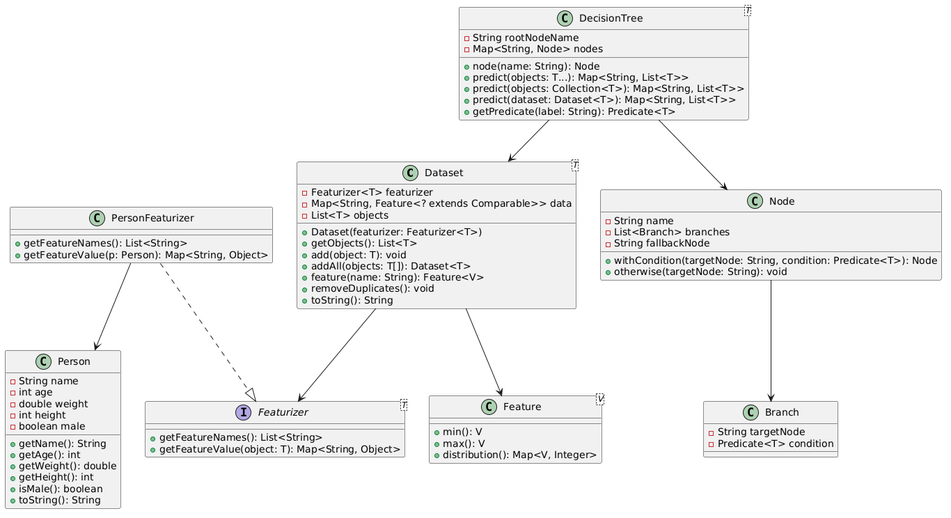
Earlier version of the PlantUML export p5/memoria/diagrama.png (kunn04/ADSOF). Source of this version:
```plantuml
@startuml
class Dataset<T> {
    - Featurizer<T> featurizer
    - Map<String, Feature<? extends Comparable>> data
    - List<T> objects
    + Dataset(featurizer: Featurizer<T>)
    + getObjects(): List<T>
    + add(object: T): void
    + addAll(objects: T[]): Dataset<T>
    + feature(name: String): Feature<V>
    + removeDuplicates(): void
    + toString(): String
}

class Feature<V> {
    + min(): V
    + max(): V
    + distribution(): Map<V, Integer>
}

interface Featurizer<T> {
    + getFeatureNames(): List<String>
    + getFeatureValue(object: T): Map<String, Object>
}


class DecisionTree<T> {
    - String rootNodeName
    - Map<String, Node> nodes
    + node(name: String): Node
    + predict(objects: T...): Map<String, List<T>>
    + predict(objects: Collection<T>): Map<String, List<T>>
    + predict(dataset: Dataset<T>): Map<String, List<T>>
    + getPredicate(label: String): Predicate<T>
}

class Node {
    - String name
    - List<Branch> branches
    - String fallbackNode
    + withCondition(targetNode: String, condition: Predicate<T>): Node
    + otherwise(targetNode: String): void
}

class Branch {
    - String targetNode
    - Predicate<T> condition
}

class Person {
    - String name
    - int age
    - double weight
    - int height
    - boolean male
    + getName(): String
    + getAge(): int
    + getWeight(): double
    + getHeight(): int
    + isMale(): boolean
    + toString(): String
}

class PersonFeaturizer {
    + getFeatureNames(): List<String>
    + getFeatureValue(p: Person): Map<String, Object>
}


PersonFeaturizer ..|> Featurizer
Dataset --> Featurizer
Dataset --> Feature
DecisionTree --> Node
Node --> Branch
DecisionTree --> Dataset
PersonFeaturizer --> Person
@enduml
```
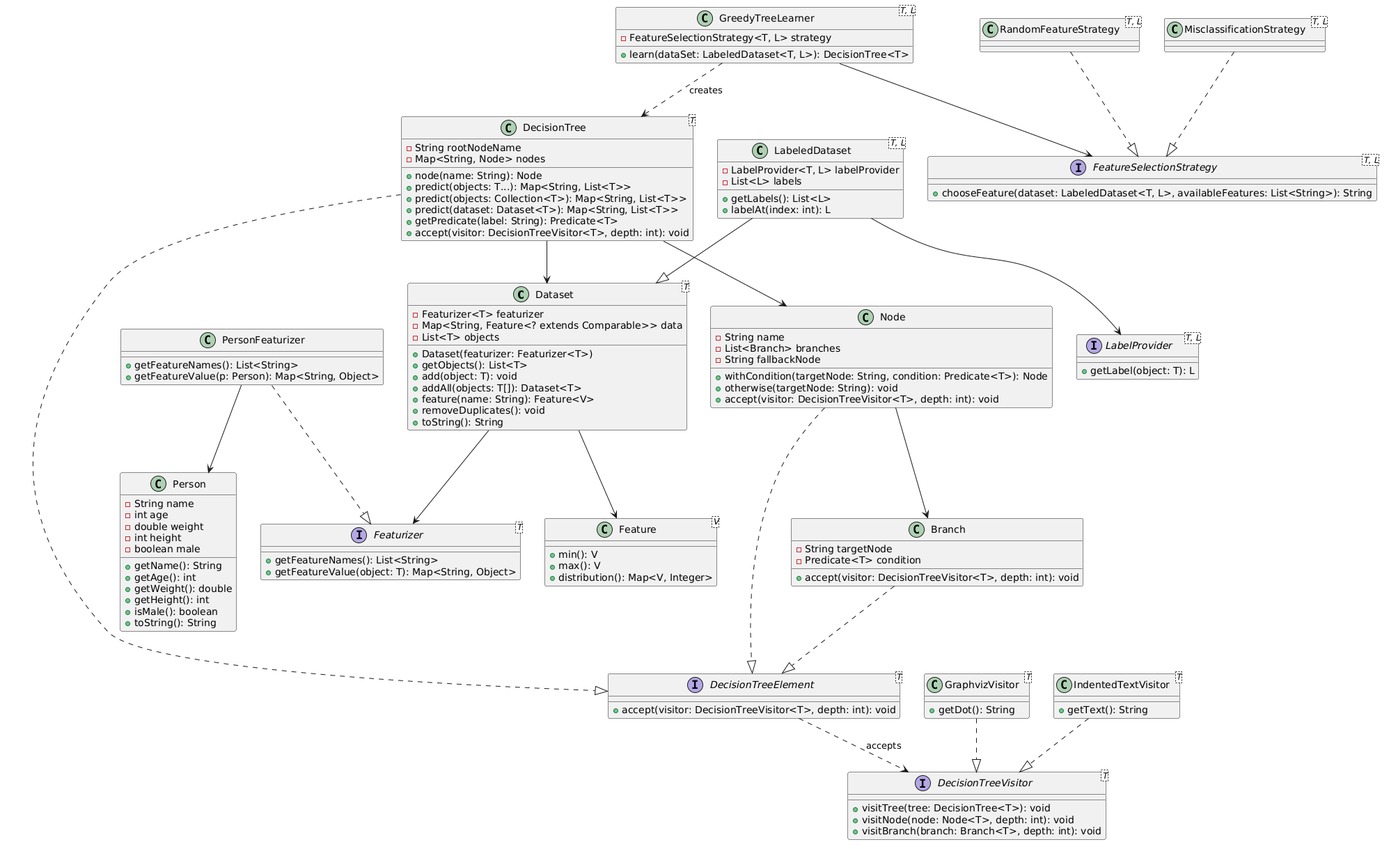
The same file after the commit.

The edit, as a diff of the source:
```diff
@@ -23,7 +23,6 @@
     + getFeatureValue(object: T): Map<String, Object>
 }
 
-
 class DecisionTree<T> {
     - String rootNodeName
     - Map<String, Node> nodes
@@ -32,6 +31,7 @@
     + predict(objects: Collection<T>): Map<String, List<T>>
     + predict(dataset: Dataset<T>): Map<String, List<T>>
     + getPredicate(label: String): Predicate<T>
+    + accept(visitor: DecisionTreeVisitor<T>, depth: int): void
 }
 
 class Node {
@@ -40,11 +40,13 @@
     - String fallbackNode
     + withCondition(targetNode: String, condition: Predicate<T>): Node
     + otherwise(targetNode: String): void
+    + accept(visitor: DecisionTreeVisitor<T>, depth: int): void
 }
 
 class Branch {
     - String targetNode
     - Predicate<T> condition
+    + accept(visitor: DecisionTreeVisitor<T>, depth: int): void
 }
 
 class Person {
@@ -67,6 +69,50 @@
 }
 
 
+interface LabelProvider<T, L> {
+    + getLabel(object: T): L
+}
+
+class LabeledDataset<T, L> {
+    - LabelProvider<T, L> labelProvider
+    - List<L> labels
+    + getLabels(): List<L>
+    + labelAt(index: int): L
+}
+
+interface DecisionTreeElement<T> {
+    + accept(visitor: DecisionTreeVisitor<T>, depth: int): void
+}
+
+interface FeatureSelectionStrategy<T, L> {
+    + chooseFeature(dataset: LabeledDataset<T, L>, availableFeatures: List<String>): String
+}
+
+class RandomFeatureStrategy<T, L> {
+}
+
+class MisclassificationStrategy<T, L> {
+}
+
+class GreedyTreeLearner<T, L> {
+    - FeatureSelectionStrategy<T, L> strategy
+    + learn(dataSet: LabeledDataset<T, L>): DecisionTree<T>
+}
+
+interface DecisionTreeVisitor<T> {
+    + visitTree(tree: DecisionTree<T>): void
+    + visitNode(node: Node<T>, depth: int): void
+    + visitBranch(branch: Branch<T>, depth: int): void
+}
+
+class GraphvizVisitor<T> {
+    + getDot(): String
+}
+
+class IndentedTextVisitor<T> {
+    + getText(): String
+}
+
 PersonFeaturizer ..|> Featurizer
 Dataset --> Featurizer
 Dataset --> Feature
@@ -74,4 +120,21 @@
 Node --> Branch
 DecisionTree --> Dataset
 PersonFeaturizer --> Person
+
+LabeledDataset --|> Dataset
+LabeledDataset --> LabelProvider
+
+GreedyTreeLearner --> FeatureSelectionStrategy
+GreedyTreeLearner ..> DecisionTree : creates
+RandomFeatureStrategy ..|> FeatureSelectionStrategy
+MisclassificationStrategy ..|> FeatureSelectionStrategy
+
+DecisionTree ..|> DecisionTreeElement
+Node ..|> DecisionTreeElement
+Branch ..|> DecisionTreeElement
+
+DecisionTreeElement ..> DecisionTreeVisitor : accepts
+
+GraphvizVisitor ..|> DecisionTreeVisitor
+IndentedTextVisitor ..|> DecisionTreeVisitor
 @enduml
```
